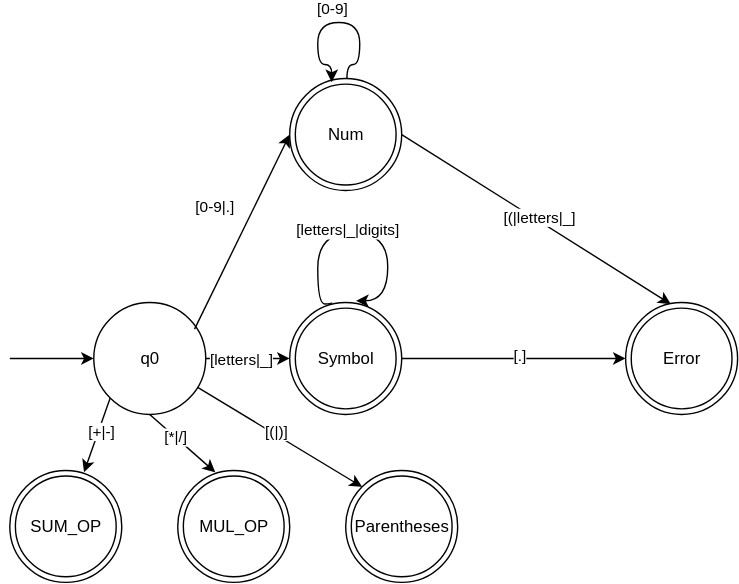
The draw.io diagram doc/NFA.drawio.svg in Raffaello/symbols, before a commit. Source tidied: cells renumbered, new cells last; positions are measured from the earlier drawing's top-left corner, leaving out a move shared by most shapes. The source it was exported from:
```xml
<mxGraphModel>
  <root>
    <mxCell id="0" />
    <mxCell id="1" parent="0" />
    <mxCell id="2" value="Num" style="ellipse;shape=doubleEllipse;whiteSpace=wrap;html=1;" parent="1" vertex="1">
      <mxGeometry x="200" y="40" width="80" height="80" as="geometry" />
    </mxCell>
    <mxCell id="3" value="q0" style="ellipse;whiteSpace=wrap;html=1;" parent="1" vertex="1">
      <mxGeometry x="60" y="200" width="80" height="80" as="geometry" />
    </mxCell>
    <mxCell id="4" style="endArrow=classic;html=1;rounded=0;entryX=0;entryY=0.5;entryDx=0;entryDy=0;" parent="1" edge="1" target="3">
      <mxGeometry relative="1" as="geometry">
        <mxPoint y="240" as="sourcePoint" />
      </mxGeometry>
    </mxCell>
    <mxCell id="5" style="endArrow=classic;html=1;rounded=0;exitX=0.9;exitY=0.238;exitDx=0;exitDy=0;exitPerimeter=0;entryX=0;entryY=0.5;entryDx=0;entryDy=0;" parent="1" edge="1" source="3" target="2">
      <mxGeometry relative="1" as="geometry" />
    </mxCell>
    <mxCell id="6" value="[0-9|.&lt;span style=&quot;background-color: light-dark(#ffffff, var(--ge-dark-color, #121212)); color: light-dark(rgb(0, 0, 0), rgb(255, 255, 255));&quot;&gt;]&lt;/span&gt;" style="edgeLabel;html=1;align=center;verticalAlign=middle;" parent="5" vertex="1">
      <mxGeometry x="0.06" y="-1" relative="1" as="geometry">
        <mxPoint x="-23" y="-15" as="offset" />
      </mxGeometry>
    </mxCell>
    <mxCell id="7" style="endArrow=classic;html=1;rounded=0;edgeStyle=orthogonalEdgeStyle;curved=1;exitX=0.511;exitY=-0.002;exitDx=0;exitDy=0;exitPerimeter=0;entryX=0.375;entryY=0.032;entryDx=0;entryDy=0;entryPerimeter=0;" parent="1" edge="1" source="2" target="2">
      <mxGeometry relative="1" as="geometry">
        <Array as="points">
          <mxPoint x="241" y="30" />
          <mxPoint x="250" y="30" />
          <mxPoint x="250" />
          <mxPoint x="220" />
          <mxPoint x="220" y="30" />
          <mxPoint x="230" y="30" />
        </Array>
      </mxGeometry>
    </mxCell>
    <mxCell id="8" value="[0-9]" style="edgeLabel;html=1;align=center;verticalAlign=middle;" parent="7" vertex="1">
      <mxGeometry x="-0.07" y="1" relative="1" as="geometry">
        <mxPoint x="-8" y="-11" as="offset" />
      </mxGeometry>
    </mxCell>
    <mxCell id="9" value="Error" style="ellipse;shape=doubleEllipse;whiteSpace=wrap;html=1;" parent="1" vertex="1">
      <mxGeometry x="440" y="200" width="80" height="80" as="geometry" />
    </mxCell>
    <mxCell id="10" style="endArrow=classic;html=1;rounded=0;exitX=1;exitY=0.5;exitDx=0;exitDy=0;entryX=0.403;entryY=0.014;entryDx=0;entryDy=0;entryPerimeter=0;" parent="1" edge="1" source="2" target="9">
      <mxGeometry relative="1" as="geometry" />
    </mxCell>
    <mxCell id="11" value="[(|letters|_]" style="edgeLabel;html=1;align=center;verticalAlign=middle;" parent="10" vertex="1">
      <mxGeometry y="2" relative="1" as="geometry" />
    </mxCell>
    <mxCell id="12" value="Symbol" style="ellipse;shape=doubleEllipse;whiteSpace=wrap;html=1;" parent="1" vertex="1">
      <mxGeometry x="200" y="200" width="80" height="80" as="geometry" />
    </mxCell>
    <mxCell id="13" style="endArrow=classic;html=1;rounded=0;exitX=1;exitY=0.5;exitDx=0;exitDy=0;" parent="1" edge="1" source="3">
      <mxGeometry relative="1" as="geometry">
        <mxPoint x="200" y="240" as="targetPoint" />
      </mxGeometry>
    </mxCell>
    <mxCell id="14" value="[letters|_]" style="edgeLabel;html=1;align=center;verticalAlign=middle;" parent="13" vertex="1">
      <mxGeometry x="-0.18" y="-1" relative="1" as="geometry" />
    </mxCell>
    <mxCell id="15" style="endArrow=classic;html=1;rounded=0;exitX=0.375;exitY=0;exitDx=0;exitDy=0;exitPerimeter=0;edgeStyle=orthogonalEdgeStyle;curved=1;entryX=0.592;entryY=-0.015;entryDx=0;entryDy=0;entryPerimeter=0;" parent="1" edge="1" source="12" target="12">
      <mxGeometry relative="1" as="geometry">
        <Array as="points">
          <mxPoint x="230" y="201" />
          <mxPoint x="220" y="201" />
          <mxPoint x="220" y="150" />
          <mxPoint x="270" y="150" />
          <mxPoint x="270" y="199" />
        </Array>
      </mxGeometry>
    </mxCell>
    <mxCell id="16" value="[letters|_|digits]" style="edgeLabel;html=1;align=center;verticalAlign=middle;" parent="15" vertex="1">
      <mxGeometry x="-0.1" y="2" relative="1" as="geometry" />
    </mxCell>
    <mxCell id="17" style="endArrow=classic;html=1;rounded=0;exitX=1;exitY=0.5;exitDx=0;exitDy=0;entryX=0;entryY=0.5;entryDx=0;entryDy=0;" parent="1" edge="1" source="12" target="9">
      <mxGeometry relative="1" as="geometry" />
    </mxCell>
    <mxCell id="18" value="[.]" style="edgeLabel;html=1;align=center;verticalAlign=middle;" parent="17" vertex="1">
      <mxGeometry x="0.04" y="2" relative="1" as="geometry" />
    </mxCell>
    <mxCell id="19" value="SUM_OP" style="ellipse;shape=doubleEllipse;whiteSpace=wrap;html=1;" parent="1" vertex="1">
      <mxGeometry y="320" width="80" height="80" as="geometry" />
    </mxCell>
    <mxCell id="20" value="MUL_OP" style="ellipse;shape=doubleEllipse;whiteSpace=wrap;html=1;" parent="1" vertex="1">
      <mxGeometry x="120" y="320" width="80" height="80" as="geometry" />
    </mxCell>
    <mxCell id="21" value="Parentheses" style="ellipse;shape=doubleEllipse;whiteSpace=wrap;html=1;" parent="1" vertex="1">
      <mxGeometry x="240" y="320" width="80" height="80" as="geometry" />
    </mxCell>
    <mxCell id="22" style="endArrow=classic;html=1;rounded=0;entryX=0;entryY=0;entryDx=0;entryDy=0;" parent="1" edge="1" source="3" target="21">
      <mxGeometry relative="1" as="geometry" />
    </mxCell>
    <mxCell id="23" value="[(|)]" style="edgeLabel;html=1;align=center;verticalAlign=middle;" parent="22" vertex="1">
      <mxGeometry x="-0.08" y="2" relative="1" as="geometry" />
    </mxCell>
    <mxCell id="24" style="endArrow=classic;html=1;rounded=0;exitX=0.5;exitY=1;exitDx=0;exitDy=0;entryX=0.335;entryY=0.016;entryDx=0;entryDy=0;entryPerimeter=0;" parent="1" edge="1" source="3" target="20">
      <mxGeometry relative="1" as="geometry" />
    </mxCell>
    <mxCell id="25" value="[*|/]" style="edgeLabel;html=1;align=center;verticalAlign=middle;" parent="24" vertex="1">
      <mxGeometry x="-0.25" relative="1" as="geometry" />
    </mxCell>
    <mxCell id="26" style="endArrow=classic;html=1;rounded=0;exitX=0;exitY=1;exitDx=0;exitDy=0;entryX=0.663;entryY=0.016;entryDx=0;entryDy=0;entryPerimeter=0;" parent="1" edge="1" source="3" target="19">
      <mxGeometry relative="1" as="geometry" />
    </mxCell>
    <mxCell id="27" value="[+|-]" style="edgeLabel;html=1;align=center;verticalAlign=middle;" parent="26" vertex="1">
      <mxGeometry x="-0.12" y="1" relative="1" as="geometry" />
    </mxCell>
  </root>
</mxGraphModel>
```
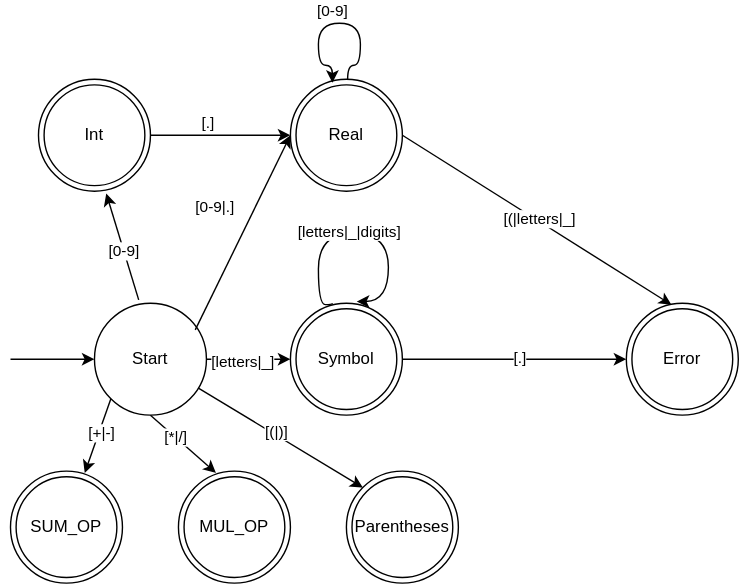
Above is the later version.

What changed in the source:
```diff
@@ -2,10 +2,10 @@
   <root>
     <mxCell id="0" />
     <mxCell id="1" parent="0" />
-    <mxCell id="2" value="Num" style="ellipse;shape=doubleEllipse;whiteSpace=wrap;html=1;" parent="1" vertex="1">
+    <mxCell id="2" value="Real" style="ellipse;shape=doubleEllipse;whiteSpace=wrap;html=1;" parent="1" vertex="1">
       <mxGeometry x="200" y="40" width="80" height="80" as="geometry" />
     </mxCell>
-    <mxCell id="3" value="q0" style="ellipse;whiteSpace=wrap;html=1;" parent="1" vertex="1">
+    <mxCell id="3" value="Start" style="ellipse;whiteSpace=wrap;html=1;" parent="1" vertex="1">
       <mxGeometry x="60" y="200" width="80" height="80" as="geometry" />
     </mxCell>
     <mxCell id="4" style="endArrow=classic;html=1;rounded=0;entryX=0;entryY=0.5;entryDx=0;entryDy=0;" parent="1" edge="1" target="3">
@@ -105,5 +105,24 @@
     <mxCell id="27" value="[+|-]" style="edgeLabel;html=1;align=center;verticalAlign=middle;" parent="26" vertex="1">
       <mxGeometry x="-0.12" y="1" relative="1" as="geometry" />
     </mxCell>
+    <mxCell id="28" value="Int" style="ellipse;shape=doubleEllipse;whiteSpace=wrap;html=1;" parent="1" vertex="1">
+      <mxGeometry x="20" y="40" width="80" height="80" as="geometry" />
+    </mxCell>
+    <mxCell id="29" style="endArrow=classic;html=1;rounded=0;entryX=0.605;entryY=1.02;entryDx=0;entryDy=0;entryPerimeter=0;exitX=0.395;exitY=-0.03;exitDx=0;exitDy=0;exitPerimeter=0;" parent="1" edge="1" source="3" target="28">
+      <mxGeometry relative="1" as="geometry" />
+    </mxCell>
+    <mxCell id="30" value="[0-9]" style="edgeLabel;html=1;align=center;verticalAlign=middle;" parent="29" vertex="1">
+      <mxGeometry x="-0.08" relative="1" as="geometry" />
+    </mxCell>
+    <mxCell id="31" style="endArrow=classic;html=1;rounded=0;exitX=1;exitY=0.5;exitDx=0;exitDy=0;" parent="1" edge="1" source="28">
+      <mxGeometry relative="1" as="geometry">
+        <mxPoint x="200" y="80" as="targetPoint" />
+      </mxGeometry>
+    </mxCell>
+    <mxCell id="32" value="[.]" style="edgeLabel;html=1;align=center;verticalAlign=middle;" parent="31" vertex="1">
+      <mxGeometry x="0.14" y="-4" relative="1" as="geometry">
+        <mxPoint x="-17" y="-14" as="offset" />
+      </mxGeometry>
+    </mxCell>
   </root>
 </mxGraphModel>
```
